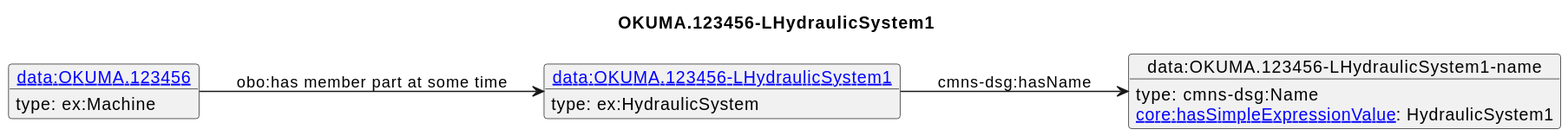
Before: diagrams/OKUMA.123456-LHydraulicSystem1.svg, a diagram exported from PlantUML (iofoundry/example-syseng-mtconnect).
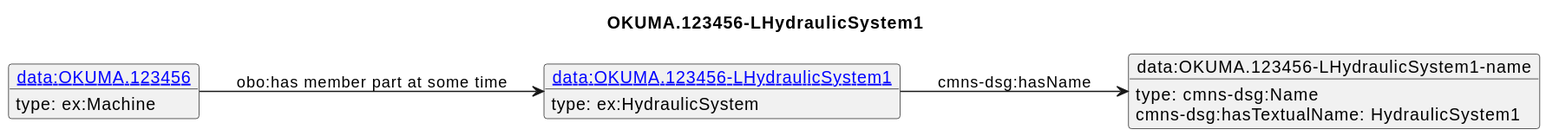
Above is the later version.

Diff of the diagram source:
```diff
@@ -12,6 +12,6 @@
  type: ex:Machine
 }
 o1 --> o2 : cmns-dsg:hasName
-o2 : [[https://spec.industrialontologies.org/ontology/core/Core/hasSimpleExpressionValue core:hasSimpleExpressionValue]]: HydraulicSystem1
+o2 : cmns-dsg:hasTextualName: HydraulicSystem1
 o3 --> o1 : obo:has member part at some time
 @enduml
```
